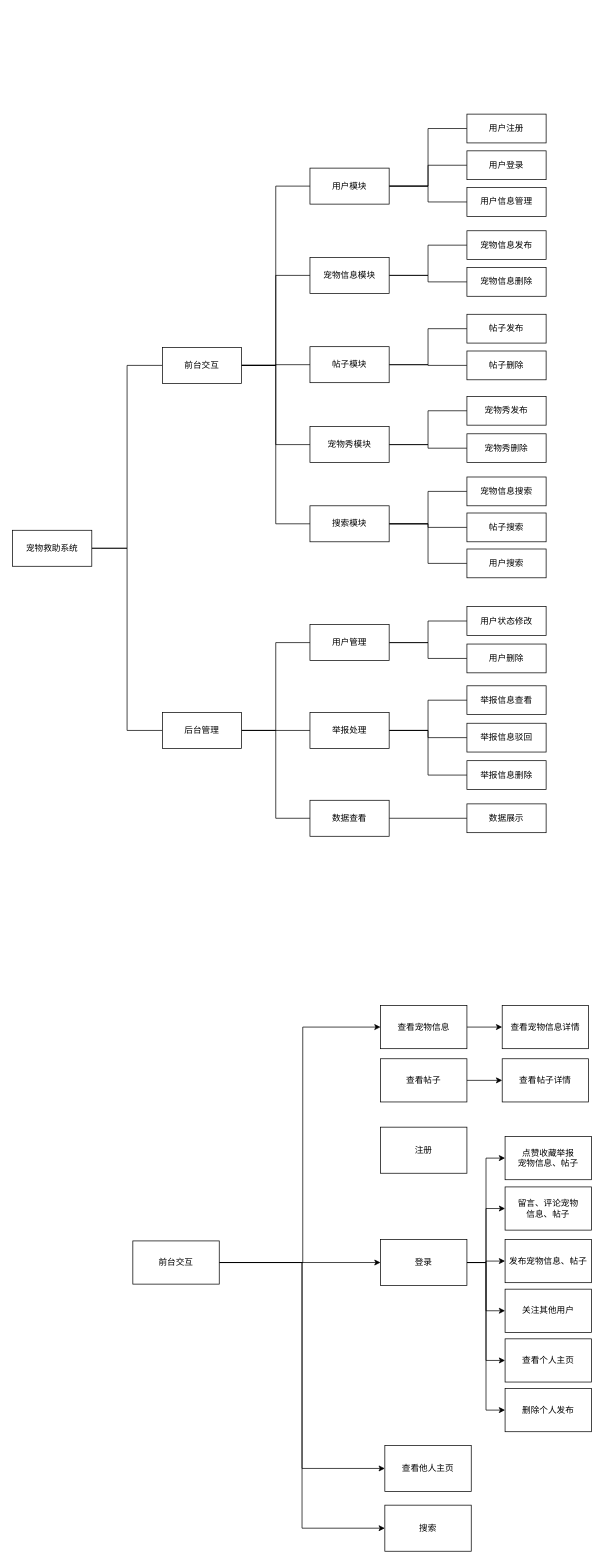
This is 功能模块图.drawio from Heart-clearing/git-demo, a draw.io file, before an edit. Source tidied: cells renumbered, new cells numbered last; positions are measured from the earlier drawing's top-left corner, leaving out a move shared by most shapes. Both pictures are drawn from the tidied source at 72%, with x=0, y=0 at pixel (12, 114).
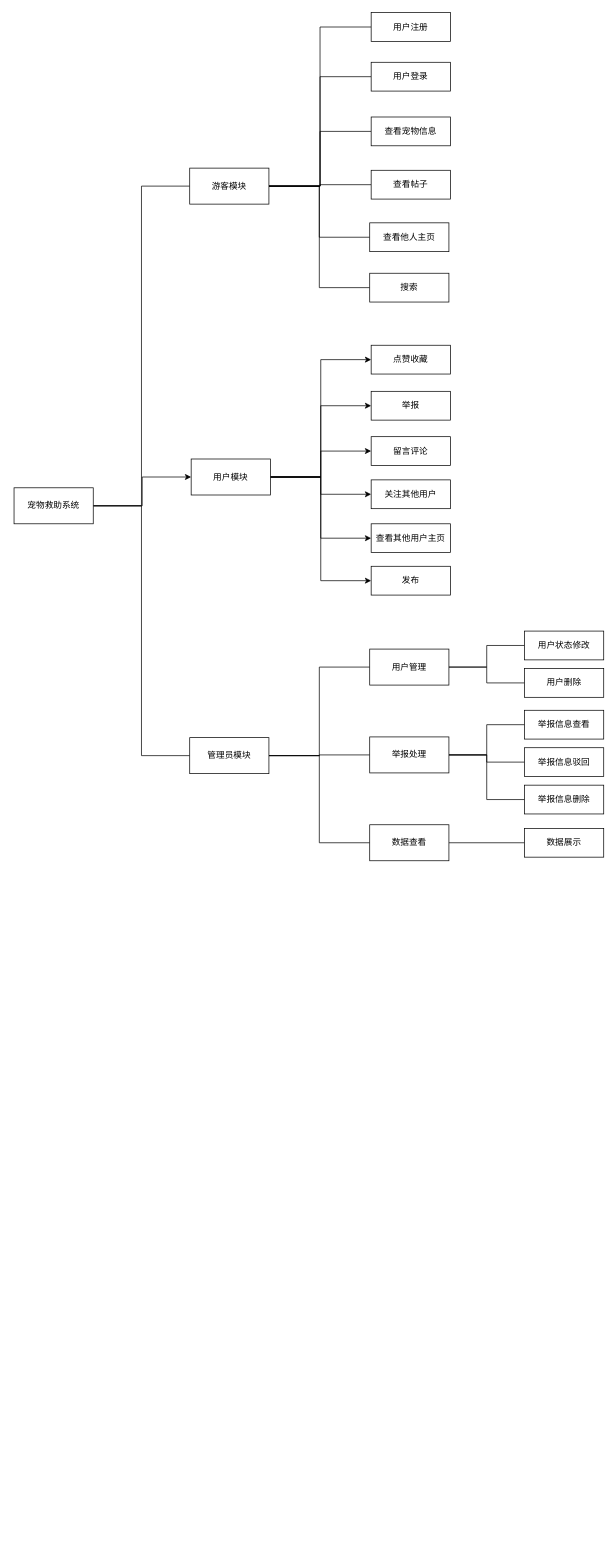
The same page after the edit.

Commit message:
更新功能模块图.drawio

Change to the diagram source:
```diff
@@
-    <mxCell id="2" style="edgeStyle=orthogonalEdgeStyle;rounded=0;jettySize=auto;html=1;entryX=0;entryY=0.5;entryDx=0;entryDy=0;endArrow=none;endFill=0;" parent="1" edge="1" source="4" target="14">
-      <mxGeometry relative="1" as="geometry" />
-    </mxCell>
@@
+    <mxCell id="86" style="edgeStyle=orthogonalEdgeStyle;rounded=0;jettySize=auto;html=1;entryX=0;entryY=0.5;entryDx=0;entryDy=0;endArrow=none;endFill=0;" parent="1" edge="1" source="4" target="100">
+      <mxGeometry relative="1" as="geometry" />
+    </mxCell>
+    <mxCell id="87" style="edgeStyle=orthogonalEdgeStyle;rounded=0;jettySize=auto;html=1;entryX=0;entryY=0.5;entryDx=0;entryDy=0;" parent="1" edge="1" source="4" target="31">
+      <mxGeometry relative="1" as="geometry" />
+    </mxCell>
     <mxCell id="4" value="宠物救助系统" style="html=1;whiteSpace=wrap;" parent="1" vertex="1">
-      <mxGeometry y="578" width="110" height="50" as="geometry" />
+      <mxGeometry x="2" y="519" width="110" height="50" as="geometry" />
     </mxCell>
@@
-    <mxCell id="8" value="后台管理" style="html=1;whiteSpace=wrap;" parent="1" vertex="1">
-      <mxGeometry x="208" y="831" width="110" height="50" as="geometry" />
+    <mxCell id="8" value="管理员模块" style="html=1;whiteSpace=wrap;" parent="1" vertex="1">
+      <mxGeometry x="246" y="866" width="110" height="50" as="geometry" />
     </mxCell>
-    <mxCell id="9" style="edgeStyle=orthogonalEdgeStyle;rounded=0;jettySize=auto;html=1;entryX=0;entryY=0.5;entryDx=0;entryDy=0;endArrow=none;endFill=0;" parent="1" edge="1" source="14" target="31">
-      <mxGeometry relative="1" as="geometry" />
-    </mxCell>
-    <mxCell id="10" style="edgeStyle=orthogonalEdgeStyle;rounded=0;jettySize=auto;html=1;entryX=0;entryY=0.5;entryDx=0;entryDy=0;endArrow=none;endFill=0;" parent="1" edge="1" source="14" target="27">
-      <mxGeometry relative="1" as="geometry" />
-    </mxCell>
-    <mxCell id="11" style="edgeStyle=orthogonalEdgeStyle;rounded=0;jettySize=auto;html=1;entryX=0;entryY=0.5;entryDx=0;entryDy=0;endArrow=none;endFill=0;" parent="1" edge="1" source="14" target="24">
-      <mxGeometry relative="1" as="geometry" />
-    </mxCell>
-    <mxCell id="12" style="edgeStyle=orthogonalEdgeStyle;rounded=0;jettySize=auto;html=1;entryX=0;entryY=0.5;entryDx=0;entryDy=0;endArrow=none;endFill=0;" parent="1" edge="1" source="14" target="21">
-      <mxGeometry relative="1" as="geometry" />
-    </mxCell>
-    <mxCell id="13" style="edgeStyle=orthogonalEdgeStyle;rounded=0;jettySize=auto;html=1;entryX=0;entryY=0.5;entryDx=0;entryDy=0;endArrow=none;endFill=0;" parent="1" edge="1" source="14" target="18">
-      <mxGeometry relative="1" as="geometry" />
-    </mxCell>
-    <mxCell id="14" value="前台交互" style="html=1;whiteSpace=wrap;" parent="1" vertex="1">
-      <mxGeometry x="208" y="324" width="110" height="50" as="geometry" />
-    </mxCell>
-    <mxCell id="15" style="edgeStyle=orthogonalEdgeStyle;rounded=0;jettySize=auto;html=1;entryX=0;entryY=0.5;entryDx=0;entryDy=0;endArrow=none;endFill=0;" parent="1" edge="1" source="18" target="42">
-      <mxGeometry relative="1" as="geometry" />
-    </mxCell>
-    <mxCell id="16" style="edgeStyle=orthogonalEdgeStyle;rounded=0;jettySize=auto;html=1;entryX=0;entryY=0.5;entryDx=0;entryDy=0;endArrow=none;endFill=0;" parent="1" edge="1" source="18" target="34">
-      <mxGeometry relative="1" as="geometry" />
-    </mxCell>
-    <mxCell id="17" style="edgeStyle=orthogonalEdgeStyle;rounded=0;jettySize=auto;html=1;entryX=0;entryY=0.5;entryDx=0;entryDy=0;endArrow=none;endFill=0;" parent="1" edge="1" source="18" target="43">
-      <mxGeometry relative="1" as="geometry" />
-    </mxCell>
-    <mxCell id="18" value="搜索模块" style="html=1;whiteSpace=wrap;" parent="1" vertex="1">
-      <mxGeometry x="413" y="544" width="110" height="50" as="geometry" />
-    </mxCell>
-    <mxCell id="19" style="edgeStyle=orthogonalEdgeStyle;rounded=0;jettySize=auto;html=1;entryX=0;entryY=0.5;entryDx=0;entryDy=0;endArrow=none;endFill=0;" parent="1" edge="1" source="21" target="41">
-      <mxGeometry relative="1" as="geometry" />
-    </mxCell>
-    <mxCell id="20" style="edgeStyle=orthogonalEdgeStyle;rounded=0;jettySize=auto;html=1;entryX=0;entryY=0.5;entryDx=0;entryDy=0;endArrow=none;endFill=0;" parent="1" edge="1" source="21" target="33">
-      <mxGeometry relative="1" as="geometry" />
-    </mxCell>
-    <mxCell id="21" value="宠物秀模块" style="html=1;whiteSpace=wrap;" parent="1" vertex="1">
-      <mxGeometry x="413" y="434" width="110" height="50" as="geometry" />
-    </mxCell>
-    <mxCell id="22" style="edgeStyle=orthogonalEdgeStyle;rounded=0;jettySize=auto;html=1;entryX=0;entryY=0.5;entryDx=0;entryDy=0;endArrow=none;endFill=0;" parent="1" edge="1" source="24" target="39">
-      <mxGeometry relative="1" as="geometry" />
-    </mxCell>
-    <mxCell id="23" style="edgeStyle=orthogonalEdgeStyle;rounded=0;jettySize=auto;html=1;entryX=0;entryY=0.5;entryDx=0;entryDy=0;endArrow=none;endFill=0;" parent="1" edge="1" source="24" target="40">
-      <mxGeometry relative="1" as="geometry" />
-    </mxCell>
-    <mxCell id="24" value="帖子模块" style="html=1;whiteSpace=wrap;" parent="1" vertex="1">
-      <mxGeometry x="413" y="323" width="110" height="50" as="geometry" />
-    </mxCell>
-    <mxCell id="25" style="edgeStyle=orthogonalEdgeStyle;rounded=0;jettySize=auto;html=1;entryX=0;entryY=0.5;entryDx=0;entryDy=0;endArrow=none;endFill=0;" parent="1" edge="1" source="27" target="37">
-      <mxGeometry relative="1" as="geometry" />
-    </mxCell>
-    <mxCell id="26" style="edgeStyle=orthogonalEdgeStyle;rounded=0;jettySize=auto;html=1;entryX=0;entryY=0.5;entryDx=0;entryDy=0;endArrow=none;endFill=0;" parent="1" edge="1" source="27" target="38">
-      <mxGeometry relative="1" as="geometry" />
-    </mxCell>
-    <mxCell id="27" value="宠物信息模块" style="html=1;whiteSpace=wrap;" parent="1" vertex="1">
-      <mxGeometry x="413" y="199" width="110" height="50" as="geometry" />
-    </mxCell>
-    <mxCell id="28" style="edgeStyle=orthogonalEdgeStyle;rounded=0;jettySize=auto;html=1;entryX=0;entryY=0.5;entryDx=0;entryDy=0;endArrow=none;endFill=0;" parent="1" edge="1" source="31" target="32">
-      <mxGeometry relative="1" as="geometry" />
-    </mxCell>
-    <mxCell id="29" style="edgeStyle=orthogonalEdgeStyle;rounded=0;jettySize=auto;html=1;entryX=0;entryY=0.5;entryDx=0;entryDy=0;endArrow=none;endFill=0;" parent="1" edge="1" source="31" target="35">
-      <mxGeometry relative="1" as="geometry" />
-    </mxCell>
-    <mxCell id="30" style="edgeStyle=orthogonalEdgeStyle;rounded=0;jettySize=auto;html=1;entryX=0;entryY=0.5;entryDx=0;entryDy=0;endArrow=none;endFill=0;" parent="1" edge="1" source="31" target="36">
-      <mxGeometry relative="1" as="geometry" />
-    </mxCell>
-    <mxCell id="31" value="用户模块" style="html=1;whiteSpace=wrap;" parent="1" vertex="1">
-      <mxGeometry x="413" y="75" width="110" height="50" as="geometry" />
-    </mxCell>
-    <mxCell id="32" value="用户注册" style="html=1;whiteSpace=wrap;" parent="1" vertex="1">
-      <mxGeometry x="631" width="110" height="40" as="geometry" />
-    </mxCell>
-    <mxCell id="33" value="宠物秀删除" style="html=1;whiteSpace=wrap;" parent="1" vertex="1">
-      <mxGeometry x="631" y="444" width="110" height="40" as="geometry" />
-    </mxCell>
-    <mxCell id="34" value="宠物信息搜索" style="html=1;whiteSpace=wrap;" parent="1" vertex="1">
-      <mxGeometry x="631" y="504" width="110" height="40" as="geometry" />
-    </mxCell>
-    <mxCell id="35" value="用户登录" style="html=1;whiteSpace=wrap;" parent="1" vertex="1">
-      <mxGeometry x="631" y="51" width="110" height="40" as="geometry" />
-    </mxCell>
-    <mxCell id="36" value="用户信息管理" style="html=1;whiteSpace=wrap;" parent="1" vertex="1">
-      <mxGeometry x="631" y="102" width="110" height="40" as="geometry" />
-    </mxCell>
-    <mxCell id="37" value="宠物信息发布" style="html=1;whiteSpace=wrap;" parent="1" vertex="1">
-      <mxGeometry x="631" y="162" width="110" height="40" as="geometry" />
-    </mxCell>
-    <mxCell id="38" value="宠物信息删除" style="html=1;whiteSpace=wrap;" parent="1" vertex="1">
-      <mxGeometry x="631" y="213" width="110" height="40" as="geometry" />
-    </mxCell>
-    <mxCell id="39" value="帖子发布" style="html=1;whiteSpace=wrap;" parent="1" vertex="1">
-      <mxGeometry x="631" y="278" width="110" height="40" as="geometry" />
-    </mxCell>
-    <mxCell id="40" value="帖子删除" style="html=1;whiteSpace=wrap;" parent="1" vertex="1">
-      <mxGeometry x="631" y="329" width="110" height="40" as="geometry" />
-    </mxCell>
-    <mxCell id="41" value="宠物秀发布" style="html=1;whiteSpace=wrap;" parent="1" vertex="1">
-      <mxGeometry x="631" y="392" width="110" height="40" as="geometry" />
-    </mxCell>
-    <mxCell id="42" value="帖子搜索" style="html=1;whiteSpace=wrap;" parent="1" vertex="1">
-      <mxGeometry x="631" y="554" width="110" height="40" as="geometry" />
-    </mxCell>
-    <mxCell id="43" value="用户搜索" style="html=1;whiteSpace=wrap;" parent="1" vertex="1">
-      <mxGeometry x="631" y="604" width="110" height="40" as="geometry" />
-    </mxCell>
@@
     <mxCell id="46" value="用户管理" style="html=1;whiteSpace=wrap;" parent="1" vertex="1">
-      <mxGeometry x="413" y="709" width="110" height="50" as="geometry" />
+      <mxGeometry x="496" y="743" width="110" height="50" as="geometry" />
     </mxCell>
@@
     <mxCell id="50" value="举报处理" style="html=1;whiteSpace=wrap;" parent="1" vertex="1">
-      <mxGeometry x="413" y="831" width="110" height="50" as="geometry" />
+      <mxGeometry x="496" y="865" width="110" height="50" as="geometry" />
     </mxCell>
@@
     <mxCell id="52" value="数据查看" style="html=1;whiteSpace=wrap;" parent="1" vertex="1">
-      <mxGeometry x="413" y="953" width="110" height="50" as="geometry" />
+      <mxGeometry x="496" y="987" width="110" height="50" as="geometry" />
     </mxCell>
     <mxCell id="53" value="用户状态修改" style="html=1;whiteSpace=wrap;" parent="1" vertex="1">
-      <mxGeometry x="631" y="684" width="110" height="40" as="geometry" />
+      <mxGeometry x="711" y="718" width="110" height="40" as="geometry" />
     </mxCell>
     <mxCell id="54" value="举报信息查看" style="html=1;whiteSpace=wrap;" parent="1" vertex="1">
-      <mxGeometry x="631" y="794" width="110" height="40" as="geometry" />
+      <mxGeometry x="711" y="828" width="110" height="40" as="geometry" />
     </mxCell>
     <mxCell id="55" value="用户删除" style="html=1;whiteSpace=wrap;" parent="1" vertex="1">
-      <mxGeometry x="631" y="736" width="110" height="40" as="geometry" />
+      <mxGeometry x="711" y="770" width="110" height="40" as="geometry" />
     </mxCell>
     <mxCell id="56" value="举报信息驳回" style="html=1;whiteSpace=wrap;" parent="1" vertex="1">
-      <mxGeometry x="631" y="846" width="110" height="40" as="geometry" />
+      <mxGeometry x="711" y="880" width="110" height="40" as="geometry" />
     </mxCell>
     <mxCell id="57" value="举报信息删除" style="html=1;whiteSpace=wrap;" parent="1" vertex="1">
-      <mxGeometry x="631" y="898" width="110" height="40" as="geometry" />
+      <mxGeometry x="711" y="932" width="110" height="40" as="geometry" />
     </mxCell>
     <mxCell id="58" value="数据展示" style="html=1;whiteSpace=wrap;" parent="1" vertex="1">
-      <mxGeometry x="631" y="958" width="110" height="40" as="geometry" />
+      <mxGeometry x="711" y="992" width="110" height="40" as="geometry" />
     </mxCell>
-    <mxCell id="59" style="edgeStyle=orthogonalEdgeStyle;rounded=0;jettySize=auto;html=1;entryX=0;entryY=0.5;entryDx=0;entryDy=0;" parent="1" edge="1" source="63" target="65">
-      <mxGeometry relative="1" as="geometry">
-        <Array as="points">
-          <mxPoint x="403" y="1595" />
-          <mxPoint x="403" y="1268" />
-        </Array>
-      </mxGeometry>
-    </mxCell>
-    <mxCell id="60" style="edgeStyle=orthogonalEdgeStyle;rounded=0;jettySize=auto;html=1;entryX=0;entryY=0.5;entryDx=0;entryDy=0;" parent="1" edge="1" source="63" target="76">
-      <mxGeometry relative="1" as="geometry" />
-    </mxCell>
-    <mxCell id="61" style="edgeStyle=orthogonalEdgeStyle;rounded=0;jettySize=auto;html=1;entryX=0;entryY=0.5;entryDx=0;entryDy=0;" parent="1" edge="1" source="63" target="84">
-      <mxGeometry relative="1" as="geometry" />
-    </mxCell>
-    <mxCell id="62" style="edgeStyle=orthogonalEdgeStyle;rounded=0;jettySize=auto;html=1;entryX=0;entryY=0.5;entryDx=0;entryDy=0;" parent="1" edge="1" source="63" target="83">
-      <mxGeometry relative="1" as="geometry" />
-    </mxCell>
-    <mxCell id="63" value="前台交互" style="rounded=0;whiteSpace=wrap;html=1;" parent="1" vertex="1">
-      <mxGeometry x="167" y="1565" width="120" height="60" as="geometry" />
-    </mxCell>
-    <mxCell id="64" style="edgeStyle=orthogonalEdgeStyle;rounded=0;jettySize=auto;html=1;" parent="1" edge="1" source="65" target="66">
-      <mxGeometry relative="1" as="geometry" />
-    </mxCell>
+    <mxCell id="88" style="edgeStyle=orthogonalEdgeStyle;rounded=0;jettySize=auto;html=1;entryX=0;entryY=0.5;entryDx=0;entryDy=0;" parent="1" edge="1" source="31" target="102">
+      <mxGeometry relative="1" as="geometry" />
+    </mxCell>
+    <mxCell id="89" style="edgeStyle=orthogonalEdgeStyle;rounded=0;jettySize=auto;html=1;entryX=0;entryY=0.5;entryDx=0;entryDy=0;" parent="1" edge="1" source="31" target="103">
+      <mxGeometry relative="1" as="geometry" />
+    </mxCell>
+    <mxCell id="90" style="edgeStyle=orthogonalEdgeStyle;rounded=0;jettySize=auto;html=1;entryX=0;entryY=0.5;entryDx=0;entryDy=0;" parent="1" edge="1" source="31" target="101">
+      <mxGeometry relative="1" as="geometry" />
+    </mxCell>
+    <mxCell id="91" style="edgeStyle=orthogonalEdgeStyle;rounded=0;jettySize=auto;html=1;" parent="1" edge="1" source="31" target="77">
+      <mxGeometry relative="1" as="geometry" />
+    </mxCell>
+    <mxCell id="92" style="edgeStyle=orthogonalEdgeStyle;rounded=0;jettySize=auto;html=1;entryX=0;entryY=0.5;entryDx=0;entryDy=0;" parent="1" edge="1" source="31" target="104">
+      <mxGeometry relative="1" as="geometry" />
+    </mxCell>
+    <mxCell id="93" style="edgeStyle=orthogonalEdgeStyle;rounded=0;jettySize=auto;html=1;entryX=0;entryY=0.5;entryDx=0;entryDy=0;" parent="1" edge="1" source="31" target="105">
+      <mxGeometry relative="1" as="geometry" />
+    </mxCell>
+    <mxCell id="31" value="用户模块" style="html=1;whiteSpace=wrap;" parent="1" vertex="1">
+      <mxGeometry x="248" y="479" width="110" height="50" as="geometry" />
+    </mxCell>
+    <mxCell id="94" style="edgeStyle=orthogonalEdgeStyle;rounded=0;jettySize=auto;html=1;entryX=0;entryY=0.5;entryDx=0;entryDy=0;endArrow=none;endFill=0;" parent="1" edge="1" source="100" target="32">
+      <mxGeometry relative="1" as="geometry" />
+    </mxCell>
+    <mxCell id="95" style="edgeStyle=orthogonalEdgeStyle;rounded=0;jettySize=auto;html=1;entryX=0;entryY=0.5;entryDx=0;entryDy=0;endArrow=none;endFill=0;" parent="1" edge="1" source="100" target="35">
+      <mxGeometry relative="1" as="geometry" />
+    </mxCell>
+    <mxCell id="96" style="edgeStyle=orthogonalEdgeStyle;rounded=0;jettySize=auto;html=1;entryX=0;entryY=0.5;entryDx=0;entryDy=0;endArrow=none;endFill=0;" parent="1" edge="1" source="100" target="65">
+      <mxGeometry relative="1" as="geometry" />
+    </mxCell>
+    <mxCell id="97" style="edgeStyle=orthogonalEdgeStyle;rounded=0;jettySize=auto;html=1;entryX=0;entryY=0.5;entryDx=0;entryDy=0;endArrow=none;endFill=0;" parent="1" edge="1" source="100" target="68">
+      <mxGeometry relative="1" as="geometry" />
+    </mxCell>
+    <mxCell id="98" style="edgeStyle=orthogonalEdgeStyle;rounded=0;jettySize=auto;html=1;entryX=0;entryY=0.5;entryDx=0;entryDy=0;endArrow=none;endFill=0;" parent="1" edge="1" source="100" target="84">
+      <mxGeometry relative="1" as="geometry" />
+    </mxCell>
+    <mxCell id="99" style="edgeStyle=orthogonalEdgeStyle;rounded=0;jettySize=auto;html=1;entryX=0;entryY=0.5;entryDx=0;entryDy=0;endArrow=none;endFill=0;" parent="1" edge="1" source="100" target="83">
+      <mxGeometry relative="1" as="geometry" />
+    </mxCell>
+    <mxCell id="100" value="游客模块" style="html=1;whiteSpace=wrap;" parent="1" vertex="1">
+      <mxGeometry x="246" y="75" width="110" height="50" as="geometry" />
+    </mxCell>
+    <mxCell id="32" value="用户注册" style="html=1;whiteSpace=wrap;" parent="1" vertex="1">
+      <mxGeometry x="498" y="-141" width="110" height="40" as="geometry" />
+    </mxCell>
+    <mxCell id="35" value="用户登录" style="html=1;whiteSpace=wrap;" parent="1" vertex="1">
+      <mxGeometry x="498" y="-72" width="110" height="40" as="geometry" />
+    </mxCell>
+    <mxCell id="83" value="搜索" style="html=1;whiteSpace=wrap;" parent="1" vertex="1">
+      <mxGeometry x="496" y="221" width="110" height="40" as="geometry" />
+    </mxCell>
-    <mxCell id="65" value="查看宠物信息" style="whiteSpace=wrap;html=1;rounded=0;" parent="1" vertex="1">
-      <mxGeometry x="511" y="1238" width="120" height="60" as="geometry" />
+    <mxCell id="65" value="查看宠物信息" style="html=1;whiteSpace=wrap;" parent="1" vertex="1">
+      <mxGeometry x="498" y="4" width="110" height="40" as="geometry" />
     </mxCell>
-    <mxCell id="66" value="查看宠物信息详情" style="whiteSpace=wrap;html=1;rounded=0;" parent="1" vertex="1">
-      <mxGeometry x="680" y="1238" width="120" height="60" as="geometry" />
-    </mxCell>
-    <mxCell id="67" style="edgeStyle=orthogonalEdgeStyle;rounded=0;jettySize=auto;html=1;" parent="1" edge="1" source="68" target="69">
-      <mxGeometry relative="1" as="geometry" />
-    </mxCell>
-    <mxCell id="68" value="查看帖子" style="whiteSpace=wrap;html=1;rounded=0;" parent="1" vertex="1">
-      <mxGeometry x="511" y="1312" width="120" height="60" as="geometry" />
+    <mxCell id="68" value="查看帖子" style="html=1;whiteSpace=wrap;" parent="1" vertex="1">
+      <mxGeometry x="498" y="78" width="110" height="40" as="geometry" />
     </mxCell>
-    <mxCell id="69" value="查看帖子详情" style="whiteSpace=wrap;html=1;rounded=0;" parent="1" vertex="1">
-      <mxGeometry x="680" y="1312" width="120" height="60" as="geometry" />
-    </mxCell>
-    <mxCell id="70" style="edgeStyle=orthogonalEdgeStyle;rounded=0;jettySize=auto;html=1;entryX=0;entryY=0.5;entryDx=0;entryDy=0;" parent="1" edge="1" source="76" target="79">
-      <mxGeometry relative="1" as="geometry" />
-    </mxCell>
-    <mxCell id="71" style="edgeStyle=orthogonalEdgeStyle;rounded=0;jettySize=auto;html=1;entryX=0;entryY=0.5;entryDx=0;entryDy=0;" parent="1" edge="1" source="76" target="78">
-      <mxGeometry relative="1" as="geometry" />
-    </mxCell>
-    <mxCell id="72" style="edgeStyle=orthogonalEdgeStyle;rounded=0;jettySize=auto;html=1;entryX=0;entryY=0.5;entryDx=0;entryDy=0;" parent="1" edge="1" source="76" target="81">
-      <mxGeometry relative="1" as="geometry" />
-    </mxCell>
-    <mxCell id="73" style="edgeStyle=orthogonalEdgeStyle;rounded=0;jettySize=auto;html=1;entryX=0;entryY=0.5;entryDx=0;entryDy=0;" parent="1" edge="1" source="76" target="77">
-      <mxGeometry relative="1" as="geometry" />
-    </mxCell>
-    <mxCell id="74" style="edgeStyle=orthogonalEdgeStyle;rounded=0;jettySize=auto;html=1;entryX=0;entryY=0.5;entryDx=0;entryDy=0;" parent="1" edge="1" source="76" target="80">
-      <mxGeometry relative="1" as="geometry" />
-    </mxCell>
-    <mxCell id="75" style="edgeStyle=orthogonalEdgeStyle;rounded=0;jettySize=auto;html=1;entryX=0;entryY=0.5;entryDx=0;entryDy=0;" parent="1" edge="1" source="76" target="82">
-      <mxGeometry relative="1" as="geometry" />
-    </mxCell>
-    <mxCell id="76" value="登录" style="whiteSpace=wrap;html=1;rounded=0;" parent="1" vertex="1">
-      <mxGeometry x="511" y="1563" width="120" height="64" as="geometry" />
-    </mxCell>
+    <mxCell id="84" value="查看他人主页" style="html=1;whiteSpace=wrap;" parent="1" vertex="1">
+      <mxGeometry x="496" y="151" width="110" height="40" as="geometry" />
+    </mxCell>
+    <mxCell id="101" value="留言评论" style="html=1;whiteSpace=wrap;" parent="1" vertex="1">
+      <mxGeometry x="498" y="448" width="110" height="40" as="geometry" />
+    </mxCell>
+    <mxCell id="102" value="点赞收藏" style="html=1;whiteSpace=wrap;" parent="1" vertex="1">
+      <mxGeometry x="498" y="321" width="110" height="40" as="geometry" />
+    </mxCell>
+    <mxCell id="103" value="举报" style="html=1;whiteSpace=wrap;" parent="1" vertex="1">
+      <mxGeometry x="498" y="385" width="110" height="40" as="geometry" />
+    </mxCell>
-    <mxCell id="77" value="关注其他用户" style="whiteSpace=wrap;html=1;rounded=0;" parent="1" vertex="1">
-      <mxGeometry x="684" y="1632" width="120" height="60" as="geometry" />
+    <mxCell id="77" value="关注其他用户" style="html=1;whiteSpace=wrap;" parent="1" vertex="1">
+      <mxGeometry x="498" y="508" width="110" height="40" as="geometry" />
     </mxCell>
-    <mxCell id="78" value="留言、评论宠物&lt;br&gt;信息、帖子" style="whiteSpace=wrap;html=1;rounded=0;" parent="1" vertex="1">
-      <mxGeometry x="684" y="1490" width="120" height="60" as="geometry" />
-    </mxCell>
-    <mxCell id="79" value="点赞收藏举报&lt;br&gt;宠物信息、帖子" style="whiteSpace=wrap;html=1;rounded=0;" parent="1" vertex="1">
-      <mxGeometry x="684" y="1420" width="120" height="60" as="geometry" />
-    </mxCell>
-    <mxCell id="80" value="查看个人主页" style="whiteSpace=wrap;html=1;rounded=0;" parent="1" vertex="1">
-      <mxGeometry x="684" y="1701" width="120" height="60" as="geometry" />
-    </mxCell>
-    <mxCell id="81" value="发布宠物信息、帖子" style="whiteSpace=wrap;html=1;rounded=0;" parent="1" vertex="1">
-      <mxGeometry x="684" y="1563" width="120" height="60" as="geometry" />
-    </mxCell>
-    <mxCell id="82" value="删除个人发布" style="whiteSpace=wrap;html=1;rounded=0;" parent="1" vertex="1">
-      <mxGeometry x="684" y="1770" width="120" height="60" as="geometry" />
-    </mxCell>
-    <mxCell id="83" value="搜索" style="whiteSpace=wrap;html=1;rounded=0;" parent="1" vertex="1">
-      <mxGeometry x="517" y="1932" width="120" height="64" as="geometry" />
-    </mxCell>
-    <mxCell id="84" value="查看他人主页" style="whiteSpace=wrap;html=1;rounded=0;" parent="1" vertex="1">
-      <mxGeometry x="517" y="1849" width="120" height="64" as="geometry" />
-    </mxCell>
-    <mxCell id="85" value="注册" style="whiteSpace=wrap;html=1;rounded=0;" parent="1" vertex="1">
-      <mxGeometry x="511" y="1407" width="120" height="64" as="geometry" />
-    </mxCell>
+    <mxCell id="104" value="查看其他用户主页" style="html=1;whiteSpace=wrap;" parent="1" vertex="1">
+      <mxGeometry x="498" y="569" width="110" height="40" as="geometry" />
+    </mxCell>
+    <mxCell id="105" value="发布" style="html=1;whiteSpace=wrap;" parent="1" vertex="1">
+      <mxGeometry x="498" y="628" width="110" height="40" as="geometry" />
+    </mxCell>
```
